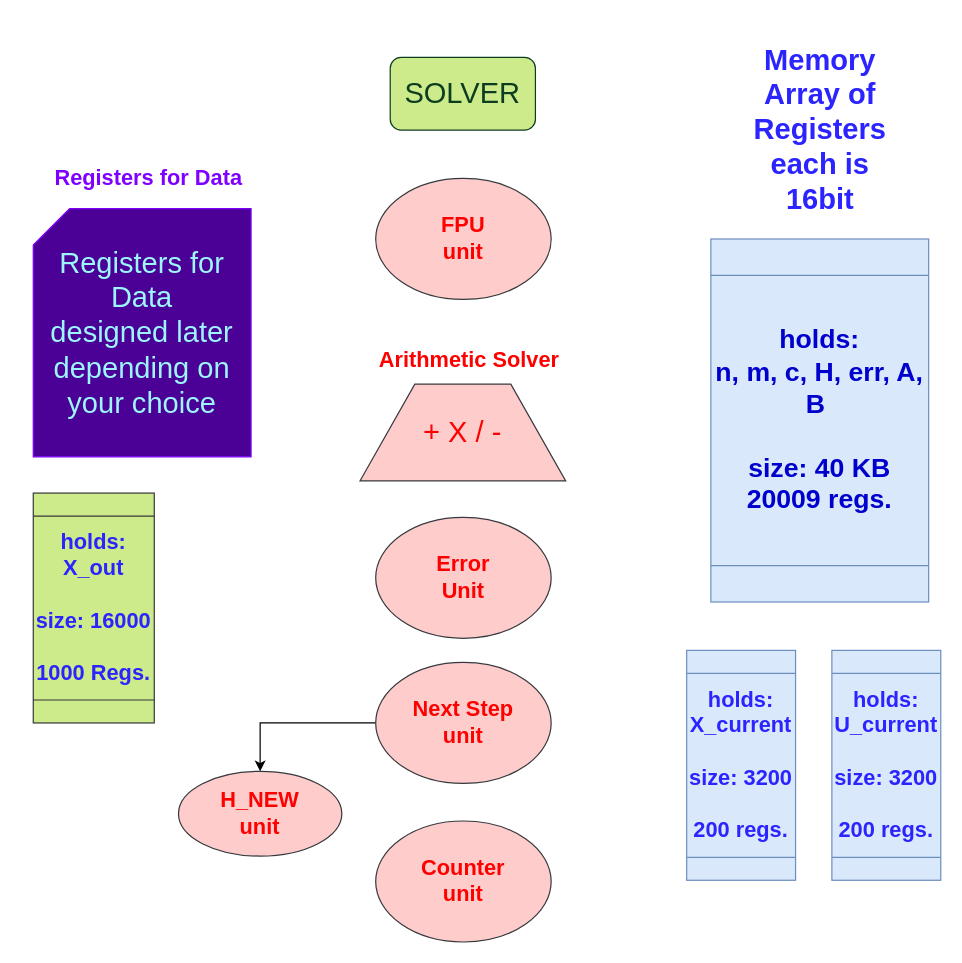
The draw.io diagram page "Page-2" (2 of 3) of 3 modules.drawio in mido3ds/ode-solver-chip, before the edit. Source tidied: cells renumbered, new cells numbered last; positions are measured from the earlier drawing's top-left corner, leaving out a move shared by most shapes. Both pictures are drawn from the tidied source at 121%, with x=0, y=0 at pixel (33, 57).
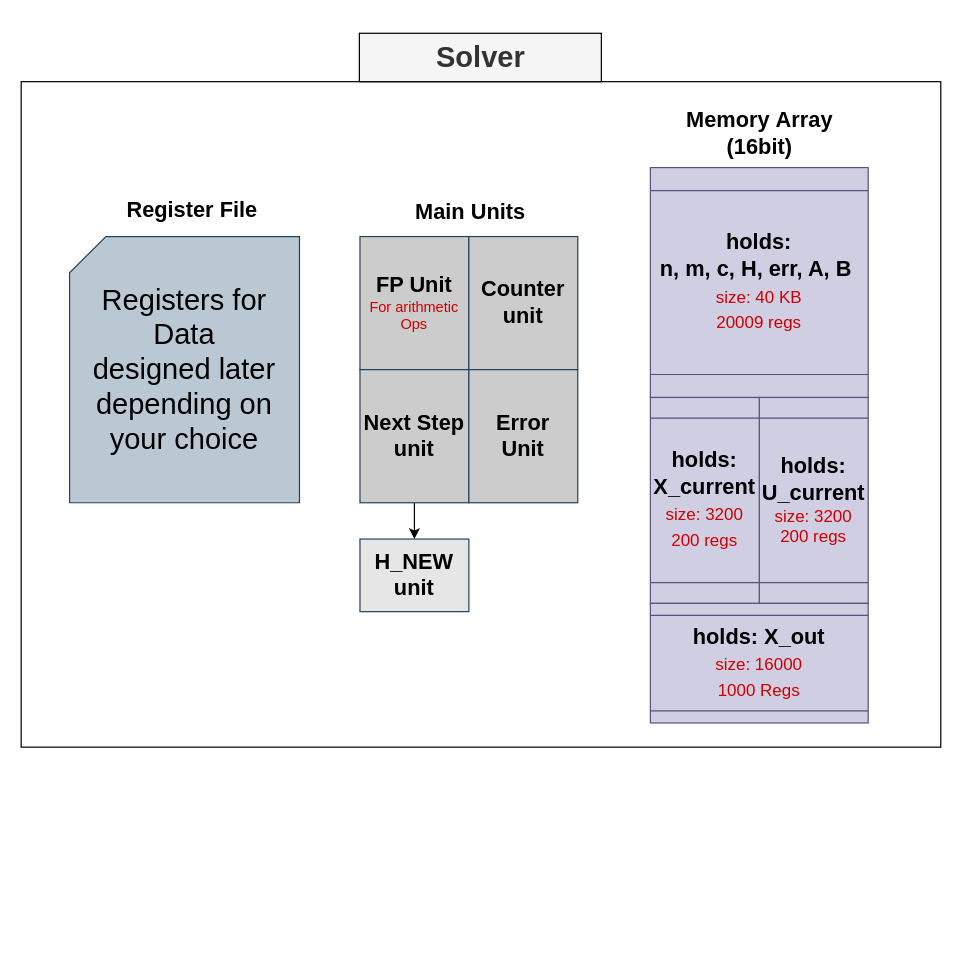
Above is the later version.

What changed in the source:
```diff
@@
 <mxGraphModel>
   <root>
     <mxCell id="0" />
     <mxCell id="1" parent="0" />
-    <mxCell id="2" value="&lt;font style=&quot;font-size: 24px&quot; color=&quot;#0d3d20&quot;&gt;SOLVER&lt;/font&gt;" style="rounded=1;whiteSpace=wrap;html=1;strokeColor=#0D3D20;fillColor=#cdeb8b;" parent="1" vertex="1">
-      <mxGeometry x="295" width="120" height="60" as="geometry" />
-    </mxCell>
-    <mxCell id="3" value="&lt;span style=&quot;color: rgb(0 , 0 , 204) ; font-size: 22px&quot;&gt;holds:&lt;br&gt;n, m, c, H, err, A, B&amp;nbsp;&lt;br&gt;&lt;br&gt;size: 40 KB&lt;br&gt;20009 regs.&lt;br&gt;&lt;/span&gt;" style="shape=process;whiteSpace=wrap;html=1;backgroundOutline=1;direction=south;fillColor=#dae8fc;strokeColor=#6c8ebf;fontStyle=1;" parent="1" vertex="1">
-      <mxGeometry x="560" y="150" width="180" height="300" as="geometry" />
-    </mxCell>
-    <mxCell id="4" value="&lt;font style=&quot;font-size: 24px&quot;&gt;&lt;font color=&quot;#2b24ff&quot;&gt;Memory&lt;br&gt;&lt;/font&gt;&lt;span style=&quot;color: rgb(43 , 36 , 255) ; white-space: normal&quot;&gt;Array of&lt;/span&gt;&lt;br style=&quot;color: rgb(43 , 36 , 255) ; white-space: normal&quot;&gt;&lt;span style=&quot;color: rgb(43 , 36 , 255) ; white-space: normal&quot;&gt;Registers&lt;/span&gt;&lt;br style=&quot;color: rgb(43 , 36 , 255) ; white-space: normal&quot;&gt;&lt;span style=&quot;color: rgb(43 , 36 , 255) ; white-space: normal&quot;&gt;each is 16bit&lt;/span&gt;&lt;/font&gt;" style="text;html=1;align=center;verticalAlign=middle;fontStyle=1;" parent="1" vertex="1">
-      <mxGeometry x="570" y="20" width="160" height="80" as="geometry" />
-    </mxCell>
+    <mxCell id="18" style="rounded=0;whiteSpace=wrap;html=1;shadow=0;fillColor=none;" parent="1" vertex="1">
+      <mxGeometry x="-10" y="20" width="760" height="550" as="geometry" />
+    </mxCell>
-    <mxCell id="5" value="&lt;font style=&quot;font-size: 18px&quot; color=&quot;#2b24ff&quot;&gt;holds:&lt;br&gt;X_out&lt;br&gt;&lt;br&gt;size: 16000&lt;br&gt;&lt;br&gt;1000 Regs.&lt;br&gt;&lt;/font&gt;" style="shape=process;whiteSpace=wrap;html=1;backgroundOutline=1;direction=south;fillColor=#cdeb8b;strokeColor=#36393d;fontStyle=1;" parent="1" vertex="1">
-      <mxGeometry y="360" width="100" height="190" as="geometry" />
+    <mxCell id="5" value="&lt;font style=&quot;font-size: 18px&quot;&gt;holds: X_out&lt;span style=&quot;font-weight: normal ; font-size: 14px&quot;&gt;&lt;font color=&quot;#cc0000&quot; style=&quot;font-size: 14px&quot;&gt;&lt;br&gt;size: 16000&lt;br&gt;1000 Regs&lt;/font&gt;&lt;/span&gt;&lt;br&gt;&lt;/font&gt;" style="shape=process;whiteSpace=wrap;html=1;backgroundOutline=1;direction=south;fillColor=#d0cee2;strokeColor=#56517e;fontStyle=1;" parent="1" vertex="1">
+      <mxGeometry x="510" y="451" width="180" height="99" as="geometry" />
     </mxCell>
-    <mxCell id="6" value="&lt;font style=&quot;font-size: 18px&quot; color=&quot;#2b24ff&quot;&gt;holds:&lt;br&gt;X_current&lt;br&gt;&lt;br&gt;size: 3200&lt;br&gt;&lt;br&gt;200 regs.&lt;br&gt;&lt;/font&gt;" style="shape=process;whiteSpace=wrap;html=1;backgroundOutline=1;direction=south;fillColor=#dae8fc;strokeColor=#6c8ebf;fontStyle=1;" parent="1" vertex="1">
-      <mxGeometry x="540" y="490" width="90" height="190" as="geometry" />
-    </mxCell>
-    <mxCell id="7" value="&lt;font style=&quot;font-size: 18px&quot; color=&quot;#2b24ff&quot;&gt;holds:&lt;br&gt;U_current&lt;br&gt;&lt;br&gt;size: 3200&lt;br&gt;&lt;br&gt;200 regs.&lt;br&gt;&lt;/font&gt;" style="shape=process;whiteSpace=wrap;html=1;backgroundOutline=1;direction=south;fillColor=#dae8fc;strokeColor=#6c8ebf;fontStyle=1;" parent="1" vertex="1">
-      <mxGeometry x="660" y="490" width="90" height="190" as="geometry" />
-    </mxCell>
-    <mxCell id="8" value="&lt;font style=&quot;font-size: 24px ; font-weight: normal&quot; color=&quot;#ff0000&quot;&gt;+ X / -&lt;/font&gt;" style="shape=trapezoid;perimeter=trapezoidPerimeter;whiteSpace=wrap;html=1;size=0.26666666666666666;fillColor=#ffcccc;strokeColor=#36393d;fontStyle=1;" parent="1" vertex="1">
-      <mxGeometry x="270" y="270" width="170" height="80" as="geometry" />
-    </mxCell>
-    <mxCell id="9" value="&lt;font style=&quot;font-size: 18px&quot; color=&quot;#ff0000&quot;&gt;Arithmetic Solver&lt;/font&gt;" style="text;html=1;align=center;verticalAlign=middle;fontStyle=1;" parent="1" vertex="1">
-      <mxGeometry x="280" y="240" width="160" height="20" as="geometry" />
-    </mxCell>
-    <mxCell id="10" value="&lt;font style=&quot;font-size: 18px&quot; color=&quot;#7f00ff&quot;&gt;Registers for Data&lt;/font&gt;" style="text;html=1;align=center;verticalAlign=middle;fontStyle=1;" parent="1" vertex="1">
-      <mxGeometry x="10" y="90" width="170" height="20" as="geometry" />
+    <mxCell id="10" value="&lt;font style=&quot;font-size: 18px&quot;&gt;Register File&lt;/font&gt;" style="text;html=1;align=center;verticalAlign=middle;fontStyle=1;" parent="1" vertex="1">
+      <mxGeometry x="71" y="116" width="120" height="20" as="geometry" />
     </mxCell>
-    <mxCell id="11" value="&lt;font&gt;&lt;font style=&quot;font-size: 24px&quot;&gt;Registers for Data&lt;br&gt;designed later&lt;br&gt;depending on your choice&lt;/font&gt;&lt;br&gt;&lt;/font&gt;" style="shape=card;whiteSpace=wrap;html=1;strokeColor=#7F00FF;fillColor=#4B0096;fontColor=#9CF5FF;" parent="1" vertex="1">
-      <mxGeometry y="125" width="180" height="205" as="geometry" />
+    <mxCell id="11" value="&lt;font&gt;&lt;font style=&quot;font-size: 24px&quot; color=&quot;#000000&quot;&gt;Registers for Data&lt;br&gt;designed later&lt;br&gt;depending on your choice&lt;/font&gt;&lt;br&gt;&lt;/font&gt;" style="shape=card;whiteSpace=wrap;html=1;strokeColor=#23445d;fillColor=#bac8d3;" parent="1" vertex="1">
+      <mxGeometry x="30" y="148" width="190" height="220" as="geometry" />
     </mxCell>
-    <mxCell id="12" value="&lt;font style=&quot;font-size: 18px&quot;&gt;&lt;font color=&quot;#ff0000&quot;&gt;H_NEW&lt;br&gt;unit&lt;/font&gt;&lt;br&gt;&lt;/font&gt;" style="ellipse;whiteSpace=wrap;html=1;strokeColor=#36393d;fillColor=#ffcccc;fontStyle=1;" parent="1" vertex="1">
-      <mxGeometry x="120" y="590" width="135" height="70" as="geometry" />
-    </mxCell>
-    <mxCell id="13" value="&lt;font style=&quot;font-size: 18px&quot;&gt;&lt;font color=&quot;#ff0000&quot;&gt;Error&lt;br&gt;Unit&lt;/font&gt;&lt;br&gt;&lt;/font&gt;" style="ellipse;whiteSpace=wrap;html=1;strokeColor=#36393d;fillColor=#ffcccc;fontStyle=1;" parent="1" vertex="1">
-      <mxGeometry x="283" y="380" width="145" height="100" as="geometry" />
-    </mxCell>
-    <mxCell id="14" value="&lt;font style=&quot;font-size: 18px&quot;&gt;&lt;font color=&quot;#ff0000&quot;&gt;FPU&lt;br&gt;unit&lt;/font&gt;&lt;br&gt;&lt;/font&gt;" style="ellipse;whiteSpace=wrap;html=1;strokeColor=#36393d;fillColor=#ffcccc;fontStyle=1;" parent="1" vertex="1">
-      <mxGeometry x="283" y="100" width="145" height="100" as="geometry" />
-    </mxCell>
+    <mxCell id="19" value="&lt;h1&gt;Solver&lt;/h1&gt;" style="text;html=1;spacing=5;spacingTop=-20;whiteSpace=wrap;overflow=hidden;rounded=0;fontStyle=1;fillColor=#f5f5f5;strokeColor=#000000;fontColor=#333333;align=center;" parent="1" vertex="1">
+      <mxGeometry x="269.5" y="-20" width="200" height="40" as="geometry" />
+    </mxCell>
+    <mxCell id="20" value="&lt;font style=&quot;font-size: 18px&quot;&gt;holds:&lt;br&gt;n, m, c, H, err, A, B&amp;nbsp;&lt;br&gt;&lt;font color=&quot;#cc0000&quot; style=&quot;font-size: 14px ; font-weight: normal&quot;&gt;size: 40 KB&lt;br&gt;20009 regs&lt;/font&gt;&lt;/font&gt;" style="shape=process;whiteSpace=wrap;html=1;backgroundOutline=1;direction=south;fillColor=#d0cee2;strokeColor=#56517e;fontStyle=1;" parent="1" vertex="1">
+      <mxGeometry x="510" y="91" width="180" height="190" as="geometry" />
+    </mxCell>
+    <mxCell id="21" value="&lt;font style=&quot;font-size: 18px&quot;&gt;Memory&amp;nbsp;&lt;span style=&quot;white-space: normal&quot;&gt;Array (&lt;/span&gt;&lt;span style=&quot;white-space: normal&quot;&gt;16bit)&lt;/span&gt;&lt;/font&gt;" style="text;html=1;align=center;verticalAlign=middle;fontStyle=1;" parent="1" vertex="1">
+      <mxGeometry x="500" y="53" width="200" height="20" as="geometry" />
+    </mxCell>
+    <mxCell id="22" value="&lt;font style=&quot;font-size: 14px&quot;&gt;&lt;span style=&quot;font-size: 18px&quot;&gt;holds:&lt;/span&gt;&lt;br style=&quot;font-size: 18px&quot;&gt;&lt;span style=&quot;font-size: 18px&quot;&gt;U_current&lt;/span&gt;&lt;br style=&quot;font-size: 18px&quot;&gt;&lt;span style=&quot;font-weight: normal&quot;&gt;&lt;font color=&quot;#cc0000&quot;&gt;&lt;span&gt;size: 3200&lt;/span&gt;&lt;br&gt;&lt;span&gt;200 regs&lt;/span&gt;&lt;/font&gt;&lt;/span&gt;&lt;br&gt;&lt;/font&gt;" style="shape=process;whiteSpace=wrap;html=1;backgroundOutline=1;direction=south;fillColor=#d0cee2;strokeColor=#56517e;fontStyle=1;" parent="1" vertex="1">
+      <mxGeometry x="600" y="281" width="90" height="170" as="geometry" />
+    </mxCell>
+    <mxCell id="23" value="&lt;font style=&quot;font-size: 18px&quot;&gt;holds:&lt;br&gt;X_current&lt;br&gt;&lt;font color=&quot;#cc0000&quot; style=&quot;font-size: 14px ; font-weight: normal&quot;&gt;size: 3200&lt;br&gt;200 regs&lt;/font&gt;&lt;br&gt;&lt;/font&gt;" style="shape=process;whiteSpace=wrap;html=1;backgroundOutline=1;direction=south;fillColor=#d0cee2;strokeColor=#56517e;fontStyle=1;" parent="1" vertex="1">
+      <mxGeometry x="510" y="281" width="90" height="170" as="geometry" />
+    </mxCell>
+    <mxCell id="24" value="&lt;b style=&quot;font-size: 18px&quot;&gt;FP Unit&lt;/b&gt;&lt;br&gt;&lt;font style=&quot;font-size: 12px&quot; color=&quot;#cc0000&quot;&gt;For arithmetic Ops&lt;/font&gt;" style="rounded=0;whiteSpace=wrap;html=1;shadow=0;fillColor=#CCCCCC;strokeColor=#23445d;" parent="1" vertex="1">
+      <mxGeometry x="270" y="148" width="90" height="110" as="geometry" />
+    </mxCell>
-    <mxCell id="15" style="edgeStyle=orthogonalEdgeStyle;rounded=0;jettySize=auto;html=1;entryX=0.5;entryY=0;entryDx=0;entryDy=0;fontColor=#9CF5FF;" parent="1" edge="1" source="16" target="12">
+    <mxCell id="15" style="edgeStyle=orthogonalEdgeStyle;rounded=0;jettySize=auto;html=1;exitX=0.5;exitY=1;exitDx=0;exitDy=0;entryX=0.5;entryY=0;entryDx=0;entryDy=0;" parent="1" edge="1" source="16" target="12">
       <mxGeometry relative="1" as="geometry" />
     </mxCell>
-    <mxCell id="16" value="&lt;font style=&quot;font-size: 18px&quot;&gt;&lt;font color=&quot;#ff0000&quot;&gt;Next Step&lt;br&gt;unit&lt;/font&gt;&lt;br&gt;&lt;/font&gt;" style="ellipse;whiteSpace=wrap;html=1;strokeColor=#36393d;fillColor=#ffcccc;fontStyle=1;" parent="1" vertex="1">
-      <mxGeometry x="283" y="500" width="145" height="100" as="geometry" />
+    <mxCell id="16" value="&lt;span style=&quot;font-size: 18px ; font-weight: 700&quot;&gt;Next Step&lt;/span&gt;&lt;br style=&quot;font-size: 18px ; font-weight: 700&quot;&gt;&lt;span style=&quot;font-size: 18px ; font-weight: 700&quot;&gt;unit&lt;/span&gt;" style="rounded=0;whiteSpace=wrap;html=1;shadow=0;fillColor=#CCCCCC;strokeColor=#23445d;" parent="1" vertex="1">
+      <mxGeometry x="270" y="258" width="90" height="110" as="geometry" />
     </mxCell>
-    <mxCell id="17" value="&lt;font style=&quot;font-size: 18px&quot;&gt;&lt;font color=&quot;#ff0000&quot;&gt;Counter&lt;br&gt;unit&lt;/font&gt;&lt;br&gt;&lt;/font&gt;" style="ellipse;whiteSpace=wrap;html=1;strokeColor=#36393d;fillColor=#ffcccc;fontStyle=1;" parent="1" vertex="1">
-      <mxGeometry x="283" y="631" width="145" height="100" as="geometry" />
+    <mxCell id="17" value="&lt;span style=&quot;font-size: 18px ; font-weight: 700&quot;&gt;Counter&lt;/span&gt;&lt;br style=&quot;font-size: 18px ; font-weight: 700&quot;&gt;&lt;span style=&quot;font-size: 18px ; font-weight: 700&quot;&gt;unit&lt;/span&gt;" style="rounded=0;whiteSpace=wrap;html=1;shadow=0;fillColor=#CCCCCC;strokeColor=#23445d;" parent="1" vertex="1">
+      <mxGeometry x="360" y="148" width="90" height="110" as="geometry" />
     </mxCell>
+    <mxCell id="13" value="&lt;span style=&quot;font-size: 18px ; font-weight: 700&quot;&gt;Error&lt;/span&gt;&lt;br style=&quot;font-size: 18px ; font-weight: 700&quot;&gt;&lt;span style=&quot;font-size: 18px ; font-weight: 700&quot;&gt;Unit&lt;/span&gt;" style="rounded=0;whiteSpace=wrap;html=1;shadow=0;fillColor=#CCCCCC;strokeColor=#23445d;" parent="1" vertex="1">
+      <mxGeometry x="360" y="258" width="90" height="110" as="geometry" />
+    </mxCell>
+    <mxCell id="25" value="&lt;font style=&quot;font-size: 18px&quot;&gt;Main Units&lt;/font&gt;" style="text;html=1;align=center;verticalAlign=middle;fontStyle=1;" parent="1" vertex="1">
+      <mxGeometry x="305.5" y="118" width="110" height="20" as="geometry" />
+    </mxCell>
+    <mxCell id="12" value="&lt;span style=&quot;font-size: 18px ; font-weight: 700 ; white-space: normal&quot;&gt;H_NEW&lt;/span&gt;&lt;br style=&quot;font-size: 18px ; font-weight: 700 ; white-space: normal&quot;&gt;&lt;span style=&quot;font-size: 18px ; font-weight: 700 ; white-space: normal&quot;&gt;unit&lt;/span&gt;" style="rounded=0;whiteSpace=wrap;html=1;shadow=0;fillColor=#E6E6E6;strokeColor=#23445d;" parent="1" vertex="1">
+      <mxGeometry x="270" y="398" width="90" height="60" as="geometry" />
+    </mxCell>
   </root>
 </mxGraphModel>
```
